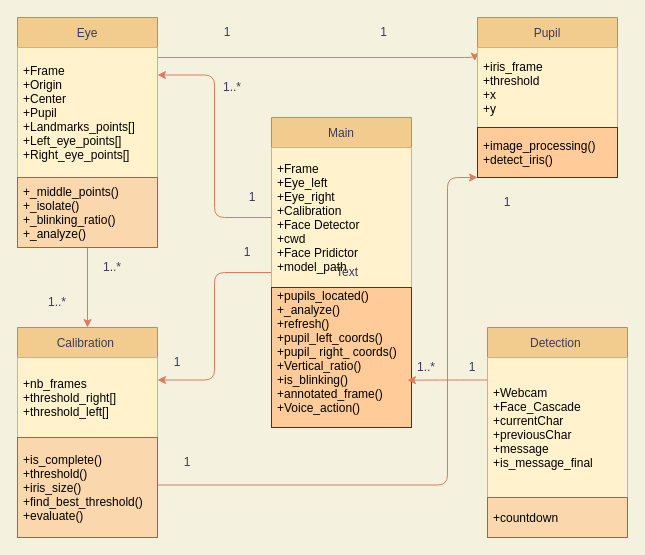
Before: Untitled Diagram.drawio in Surawg1/-My-project, a draw.io diagram. Source tidied: cells renumbered, new cells numbered last; positions are measured from the earlier drawing's top-left corner, leaving out a move shared by most shapes. Both pictures are drawn from the tidied source at 100%, with x=0, y=0 at pixel (17, 17).
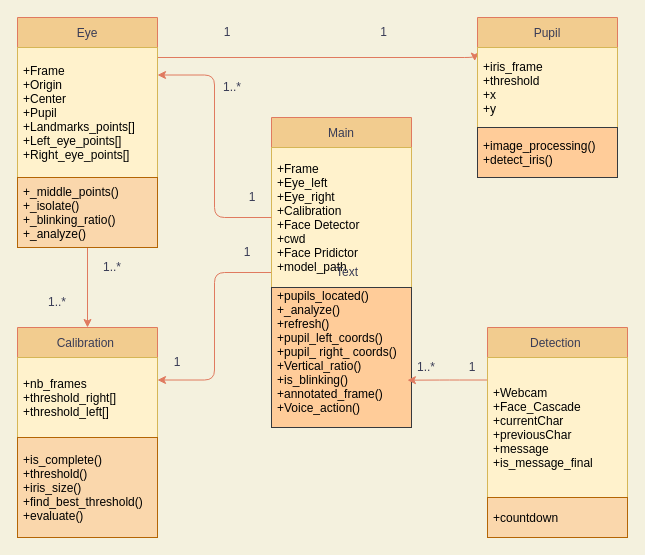
Above is the later version.

The change refers to these unchanged cells:
```xml
<mxCell id="8" value="Calibration " style="swimlane;fontStyle=0;horizontal=1;startSize=30;fillColor=#F2CC8F;strokeColor=#E07A5F;fontColor=#393C56;" parent="1" vertex="1">
  <mxGeometry y="310" width="140" height="210" as="geometry" />
</mxCell>
<mxCell id="11" value="Pupil" style="swimlane;fontStyle=0;horizontal=1;startSize=30;fillColor=#F2CC8F;strokeColor=#E07A5F;fontColor=#393C56;" parent="1" vertex="1">
  <mxGeometry x="460" width="140" height="160" as="geometry" />
</mxCell>
```

The edit, as a diff of the source:
```diff
@@
-    <mxCell id="7" style="edgeStyle=orthogonalEdgeStyle;curved=0;rounded=1;sketch=0;jettySize=auto;html=1;exitX=1;exitY=0.75;exitDx=0;exitDy=0;fontColor=#393C56;strokeColor=#E07A5F;fillColor=#F2CC8F;entryX=0;entryY=1;entryDx=0;entryDy=0;" parent="1" edge="1" source="8" target="11">
-      <mxGeometry relative="1" as="geometry">
-        <Array as="points">
-          <mxPoint x="430" y="468" />
-          <mxPoint x="430" y="160" />
-        </Array>
-      </mxGeometry>
-    </mxCell>
@@
-    <mxCell id="24" value="1" style="text;html=1;strokeColor=none;fillColor=none;align=center;verticalAlign=middle;whiteSpace=wrap;rounded=0;sketch=0;fontColor=#393C56;" parent="1" vertex="1">
-      <mxGeometry x="140" y="430" width="60" height="30" as="geometry" />
-    </mxCell>
-    <mxCell id="25" value="1" style="text;html=1;strokeColor=none;fillColor=none;align=center;verticalAlign=middle;whiteSpace=wrap;rounded=0;sketch=0;fontColor=#393C56;" parent="1" vertex="1">
-      <mxGeometry x="460" y="170" width="60" height="30" as="geometry" />
-    </mxCell>
```
